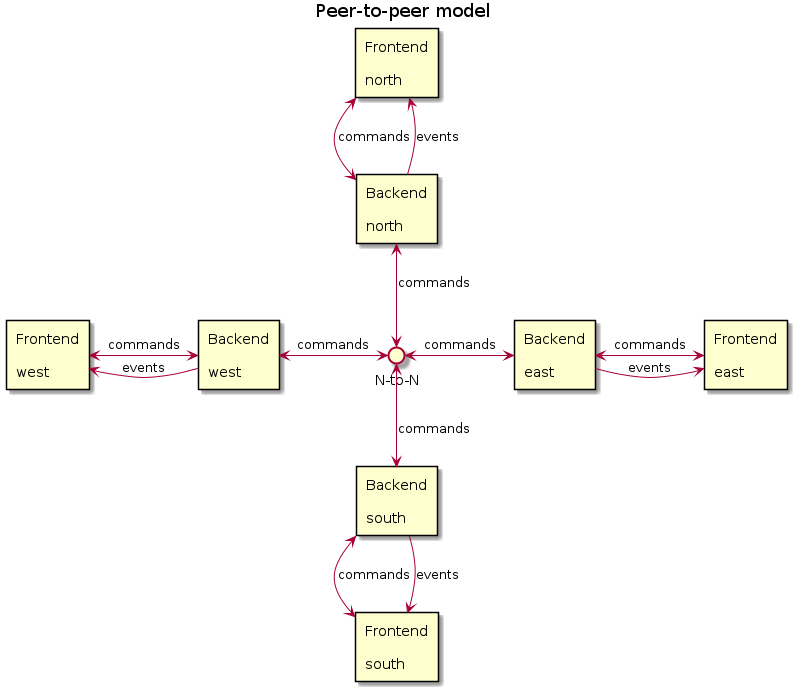
Earlier version of the PlantUML export img/peertopeer.png (jasujm/bridge). Source of this version:
```plantuml
@startuml
title Peer-to-peer model
rectangle "Frontend\n\nnorth" as FEn
rectangle "Frontend\n\neast" as FEe
rectangle "Frontend\n\nsouth" as FEs
rectangle "Frontend\n\nwest" as FEw
rectangle "Backend\n\nnorth" as BEn
rectangle "Backend\n\neast" as BEe
rectangle "Backend\n\nsouth" as BEs
rectangle "Backend\n\nwest" as BEw
FEn <-down-> BEn: commands
FEn <-down- BEn: events
FEe <-left-> BEe: commands
FEe <-left- BEe: events
FEs <-up-> BEs: commands
FEs <-up- BEs: events
FEw <-right-> BEw: commands
FEw <-right- BEw: events
() "N-to-N" as IF
BEn <-down-> IF: commands
BEe <-left-> IF: commands
BEs <-up-> IF: commands
BEw <-right-> IF: commands
@enduml
```
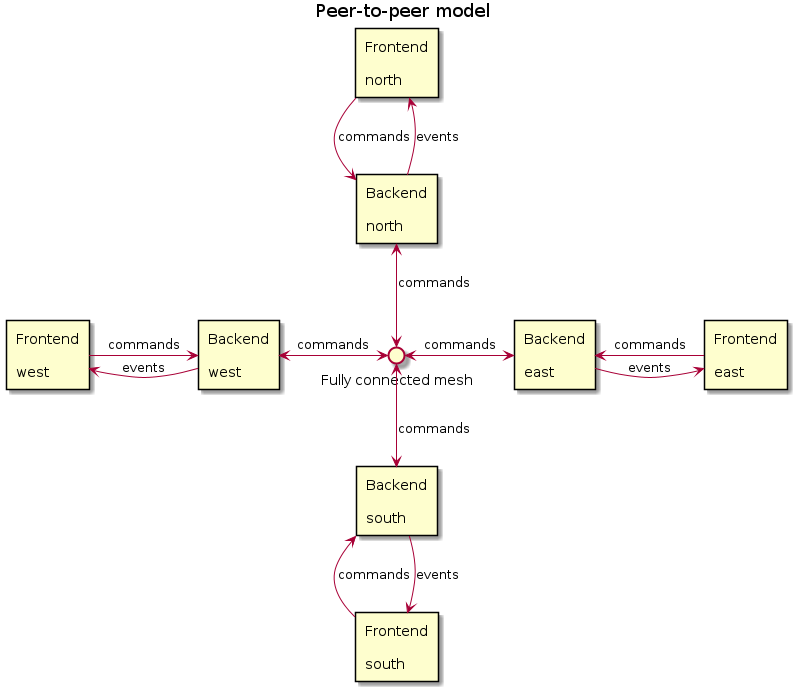
Later version of the same file.

Change to the diagram source:
```diff
@@ -8,15 +8,15 @@
 rectangle "Backend\n\neast" as BEe
 rectangle "Backend\n\nsouth" as BEs
 rectangle "Backend\n\nwest" as BEw
-FEn <-down-> BEn: commands
+FEn -down-> BEn: commands
 FEn <-down- BEn: events
-FEe <-left-> BEe: commands
+FEe -left-> BEe: commands
 FEe <-left- BEe: events
-FEs <-up-> BEs: commands
+FEs -up-> BEs: commands
 FEs <-up- BEs: events
-FEw <-right-> BEw: commands
+FEw -right-> BEw: commands
 FEw <-right- BEw: events
-() "N-to-N" as IF
+() "Fully connected mesh" as IF
 BEn <-down-> IF: commands
 BEe <-left-> IF: commands
 BEs <-up-> IF: commands
```
